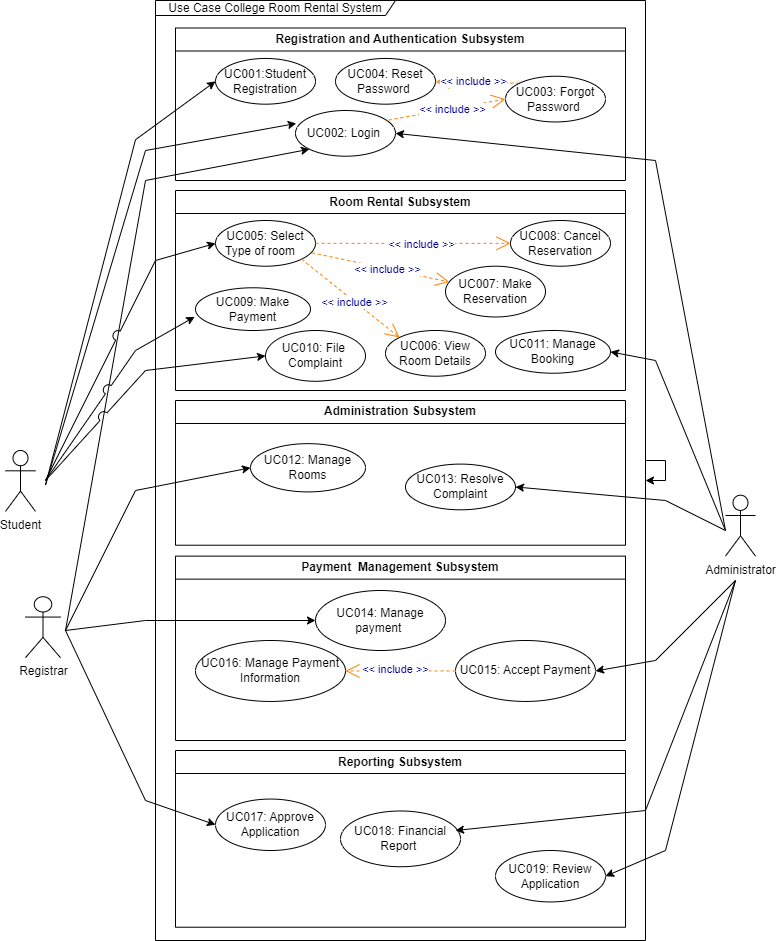
The draw.io diagram project/drawio/Alpha/useCasediagram.drawio.png in drshahizan/software-engineering, before a commit. Source tidied: cells renumbered, new cells last; positions are measured from the earlier drawing's top-left corner, leaving out a move shared by most shapes.
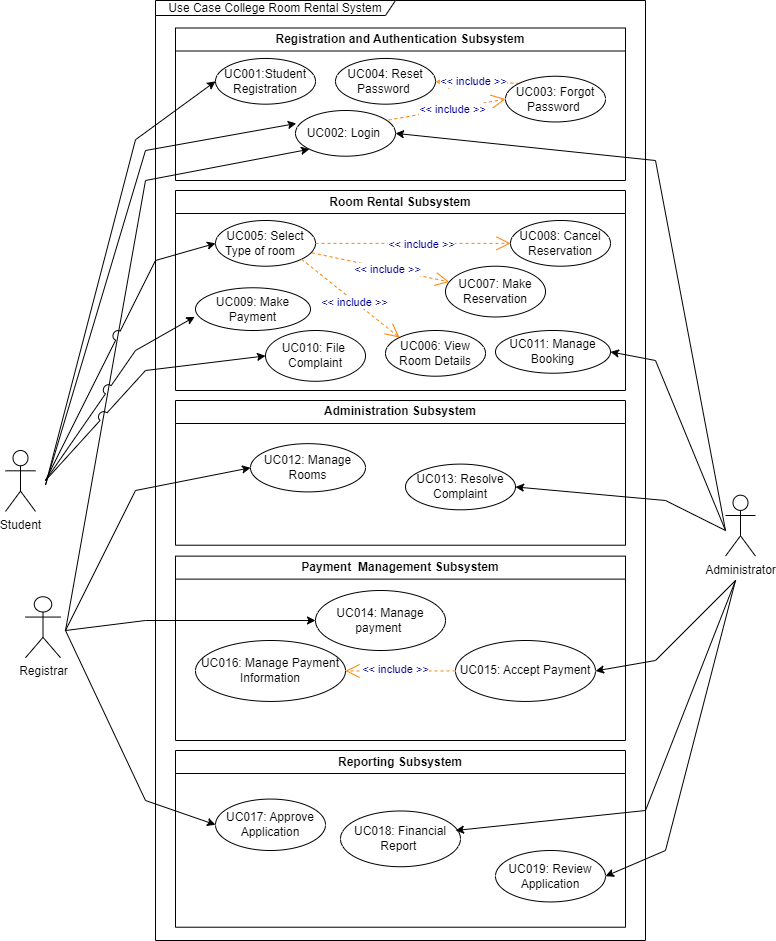
The same diagram one commit later.

Change to the diagram source:
```diff
@@ -225,8 +225,5 @@
     <mxCell id="50" value="Use Case College Room Rental System" style="shape=umlFrame;whiteSpace=wrap;html=1;width=240;height=15;" parent="1" vertex="1">
       <mxGeometry x="150" width="490" height="940" as="geometry" />
     </mxCell>
-    <mxCell id="51" style="edgeStyle=orthogonalEdgeStyle;rounded=0;orthogonalLoop=1;jettySize=auto;html=1;" parent="1" edge="1" source="50" target="50">
-      <mxGeometry relative="1" as="geometry" />
-    </mxCell>
   </root>
 </mxGraphModel>
```
